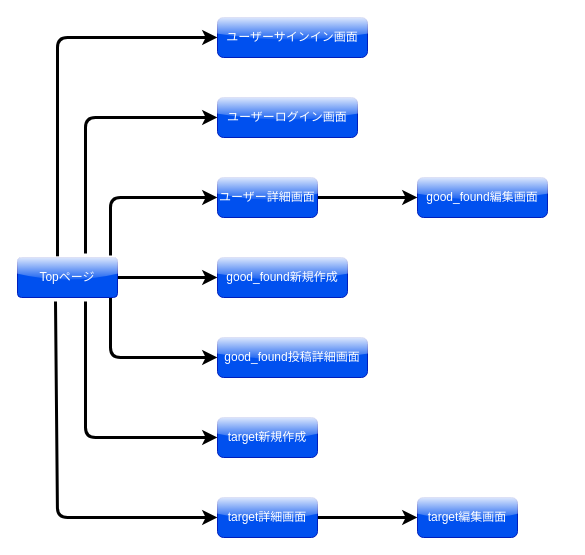
This is page "画面遷移図" (2 of 2) of bright-side.dio from akiyuki-23/bright-side, a draw.io file, before an edit. Source tidied: cells renumbered, new cells numbered last; positions are measured from the earlier drawing's top-left corner, leaving out a move shared by most shapes. Both pictures are drawn from the tidied source at 100%, with x=0, y=0 at pixel (17, 17).
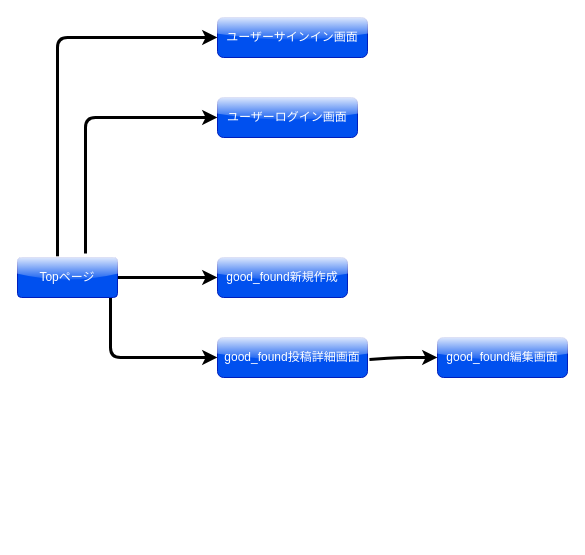
The same page after the edit.

The change refers to these unchanged cells:
```xml
<mxCell id="9" value="Topページ" style="rounded=1;arcSize=10;whiteSpace=wrap;html=1;align=center;fillColor=#0050ef;fontColor=#ffffff;strokeColor=#001DBC;glass=1;" parent="1" vertex="1">
  <mxGeometry y="240" width="100" height="40" as="geometry" />
</mxCell>
<mxCell id="12" value="good_found投稿詳細画面" style="whiteSpace=wrap;html=1;align=center;fillColor=#0050ef;fontColor=#ffffff;strokeColor=#001DBC;rounded=1;glass=1;" parent="1" vertex="1">
  <mxGeometry x="200" y="320" width="150" height="40" as="geometry" />
</mxCell>
```

The edit, as a diff of the source:
```diff
@@
-    <mxCell id="4" style="edgeStyle=none;html=1;exitX=0.93;exitY=-0.05;exitDx=0;exitDy=0;entryX=0;entryY=0.5;entryDx=0;entryDy=0;strokeWidth=3;strokeColor=#000000;exitPerimeter=0;" parent="1" edge="1" source="9" target="15">
-      <mxGeometry relative="1" as="geometry">
-        <Array as="points">
-          <mxPoint x="93" y="180" />
-        </Array>
-      </mxGeometry>
-    </mxCell>
@@
-    <mxCell id="7" style="edgeStyle=none;html=1;exitX=0.68;exitY=1.1;exitDx=0;exitDy=0;entryX=0;entryY=0.5;entryDx=0;entryDy=0;exitPerimeter=0;strokeWidth=3;strokeColor=#000000;" parent="1" edge="1" source="9" target="17">
-      <mxGeometry relative="1" as="geometry">
-        <Array as="points">
-          <mxPoint x="68" y="420" />
-        </Array>
-      </mxGeometry>
-    </mxCell>
-    <mxCell id="8" style="edgeStyle=none;html=1;exitX=0.38;exitY=1.1;exitDx=0;exitDy=0;entryX=0;entryY=0.5;entryDx=0;entryDy=0;exitPerimeter=0;strokeWidth=3;strokeColor=#000000;" parent="1" edge="1" source="9" target="19">
-      <mxGeometry relative="1" as="geometry">
-        <Array as="points">
-          <mxPoint x="40" y="500" />
-        </Array>
-      </mxGeometry>
-    </mxCell>
@@
     <mxCell id="13" value="good_found編集画面" style="whiteSpace=wrap;html=1;align=center;fillColor=#0050ef;fontColor=#ffffff;strokeColor=#001DBC;glass=1;rounded=1;" parent="1" vertex="1">
-      <mxGeometry x="400" y="160" width="130" height="40" as="geometry" />
+      <mxGeometry x="420" y="320" width="130" height="40" as="geometry" />
     </mxCell>
-    <mxCell id="14" style="edgeStyle=none;html=1;exitX=1;exitY=0.5;exitDx=0;exitDy=0;entryX=0;entryY=0.5;entryDx=0;entryDy=0;strokeColor=#000000;strokeWidth=3;" parent="1" edge="1" source="15" target="13">
-      <mxGeometry relative="1" as="geometry" />
+    <mxCell id="14" style="edgeStyle=none;html=1;exitX=1.013;exitY=0.55;exitDx=0;exitDy=0;entryX=0;entryY=0.5;entryDx=0;entryDy=0;strokeColor=#000000;strokeWidth=3;exitPerimeter=0;" parent="1" edge="1" source="12" target="13">
+      <mxGeometry relative="1" as="geometry">
+        <Array as="points">
+          <mxPoint x="380" y="340" />
+        </Array>
+      </mxGeometry>
     </mxCell>
-    <mxCell id="15" value="ユーザー詳細画面" style="whiteSpace=wrap;html=1;align=center;fillColor=#0050ef;fontColor=#ffffff;strokeColor=#001DBC;rounded=1;glass=1;" parent="1" vertex="1">
-      <mxGeometry x="200" y="160" width="100" height="40" as="geometry" />
-    </mxCell>
@@
-    <mxCell id="17" value="target新規作成" style="whiteSpace=wrap;html=1;align=center;fillColor=#0050ef;fontColor=#ffffff;strokeColor=#001DBC;rounded=1;glass=1;" parent="1" vertex="1">
-      <mxGeometry x="200" y="400" width="100" height="40" as="geometry" />
-    </mxCell>
-    <mxCell id="18" style="edgeStyle=none;html=1;exitX=1;exitY=0.5;exitDx=0;exitDy=0;entryX=0;entryY=0.5;entryDx=0;entryDy=0;strokeColor=#000000;strokeWidth=3;" parent="1" edge="1" source="19" target="20">
-      <mxGeometry relative="1" as="geometry" />
-    </mxCell>
-    <mxCell id="19" value="target詳細画面" style="whiteSpace=wrap;html=1;align=center;fillColor=#0050ef;fontColor=#ffffff;strokeColor=#001DBC;rounded=1;glass=1;" parent="1" vertex="1">
-      <mxGeometry x="200" y="480" width="100" height="40" as="geometry" />
-    </mxCell>
-    <mxCell id="20" value="target編集画面" style="whiteSpace=wrap;html=1;align=center;fillColor=#0050ef;fontColor=#ffffff;strokeColor=#001DBC;rounded=1;glass=1;shadow=0;" parent="1" vertex="1">
-      <mxGeometry x="400" y="480" width="100" height="40" as="geometry" />
-    </mxCell>
```
